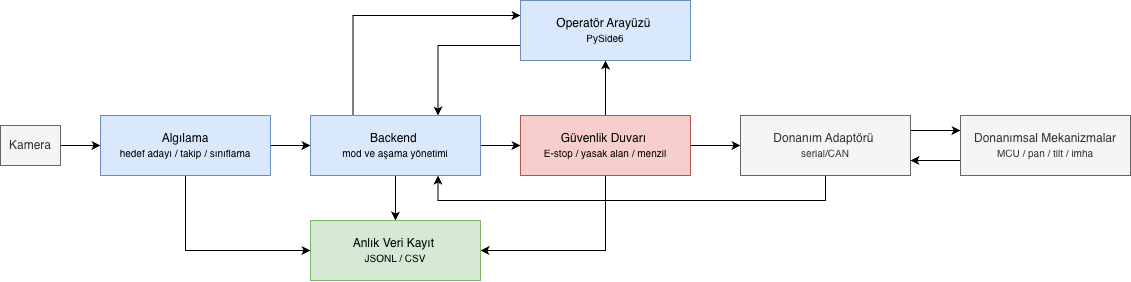
This is reports/diyagramlar/gorseller/1-yazilim-blok-semasi.png from AlperKartkaya/gokkalkan, a draw.io export, as it was before one commit. Source tidied: cells renumbered, new cells last; positions are measured from the earlier drawing's top-left corner, leaving out a move shared by most shapes. The source it was exported from:
```xml
<mxGraphModel>
  <root>
    <mxCell id="0" />
    <mxCell id="1" parent="0" />
    <mxCell id="2" style="edgeStyle=orthogonalEdgeStyle;rounded=0;jettySize=auto;html=1;exitX=1;exitY=0.5;exitDx=0;exitDy=0;entryX=0;entryY=0.5;entryDx=0;entryDy=0;" parent="1" edge="1" source="3" target="6">
      <mxGeometry relative="1" as="geometry" />
    </mxCell>
    <mxCell id="3" value="Kamera" style="rounded=0;whiteSpace=wrap;html=1;fillColor=#f5f5f5;fontColor=#333333;strokeColor=#666666;" parent="1" vertex="1">
      <mxGeometry y="125" width="60" height="40" as="geometry" />
    </mxCell>
    <mxCell id="4" style="edgeStyle=orthogonalEdgeStyle;rounded=0;jettySize=auto;html=1;exitX=1;exitY=0.5;exitDx=0;exitDy=0;entryX=0;entryY=0.5;entryDx=0;entryDy=0;" parent="1" edge="1" source="6" target="10">
      <mxGeometry relative="1" as="geometry" />
    </mxCell>
    <mxCell id="5" style="edgeStyle=orthogonalEdgeStyle;rounded=0;jettySize=auto;html=1;exitX=0.5;exitY=1;exitDx=0;exitDy=0;entryX=0;entryY=0.5;entryDx=0;entryDy=0;" parent="1" edge="1" source="6" target="20">
      <mxGeometry relative="1" as="geometry" />
    </mxCell>
    <mxCell id="6" value="Algılama&lt;div&gt;&lt;font style=&quot;font-size: 10px;&quot;&gt;hedef adayı / takip / sınıflama&lt;/font&gt;&lt;/div&gt;" style="rounded=0;whiteSpace=wrap;html=1;fillColor=#dae8fc;strokeColor=#6c8ebf;" parent="1" vertex="1">
      <mxGeometry x="100" y="115" width="170" height="60" as="geometry" />
    </mxCell>
    <mxCell id="7" style="edgeStyle=orthogonalEdgeStyle;rounded=0;jettySize=auto;html=1;exitX=0.5;exitY=1;exitDx=0;exitDy=0;entryX=0.5;entryY=0;entryDx=0;entryDy=0;" parent="1" edge="1" source="10" target="20">
      <mxGeometry relative="1" as="geometry" />
    </mxCell>
    <mxCell id="8" style="edgeStyle=orthogonalEdgeStyle;rounded=0;jettySize=auto;html=1;exitX=1;exitY=0.5;exitDx=0;exitDy=0;entryX=0;entryY=0.5;entryDx=0;entryDy=0;" parent="1" edge="1" source="10" target="14">
      <mxGeometry relative="1" as="geometry" />
    </mxCell>
    <mxCell id="9" style="edgeStyle=orthogonalEdgeStyle;rounded=0;jettySize=auto;html=1;exitX=0.25;exitY=0;exitDx=0;exitDy=0;entryX=0;entryY=0.25;entryDx=0;entryDy=0;" parent="1" edge="1" source="10" target="16">
      <mxGeometry relative="1" as="geometry" />
    </mxCell>
    <mxCell id="10" value="Backend&amp;nbsp;&lt;div&gt;&lt;font style=&quot;font-size: 10px;&quot;&gt;mod ve aşama yönetimi&lt;/font&gt;&lt;/div&gt;" style="rounded=0;whiteSpace=wrap;html=1;fillColor=#dae8fc;strokeColor=#6c8ebf;" parent="1" vertex="1">
      <mxGeometry x="310" y="115" width="170" height="60" as="geometry" />
    </mxCell>
    <mxCell id="11" style="edgeStyle=orthogonalEdgeStyle;rounded=0;jettySize=auto;html=1;exitX=0.5;exitY=1;exitDx=0;exitDy=0;entryX=1;entryY=0.5;entryDx=0;entryDy=0;" parent="1" edge="1" source="14" target="20">
      <mxGeometry relative="1" as="geometry" />
    </mxCell>
    <mxCell id="12" style="edgeStyle=orthogonalEdgeStyle;rounded=0;jettySize=auto;html=1;exitX=1;exitY=0.5;exitDx=0;exitDy=0;entryX=0;entryY=0.5;entryDx=0;entryDy=0;" parent="1" edge="1" source="14" target="19">
      <mxGeometry relative="1" as="geometry" />
    </mxCell>
    <mxCell id="13" style="edgeStyle=orthogonalEdgeStyle;rounded=0;jettySize=auto;html=1;exitX=0.5;exitY=0;exitDx=0;exitDy=0;entryX=0.5;entryY=1;entryDx=0;entryDy=0;" parent="1" edge="1" source="14" target="16">
      <mxGeometry relative="1" as="geometry" />
    </mxCell>
    <mxCell id="14" value="Güvenlik Duvarı&amp;nbsp;&lt;div&gt;&lt;font style=&quot;font-size: 10px;&quot;&gt;E-stop / yasak alan / menzil&lt;/font&gt;&lt;/div&gt;" style="rounded=0;whiteSpace=wrap;html=1;fillColor=#f8cecc;strokeColor=#b85450;" parent="1" vertex="1">
      <mxGeometry x="520" y="115" width="170" height="60" as="geometry" />
    </mxCell>
    <mxCell id="15" style="edgeStyle=orthogonalEdgeStyle;rounded=0;jettySize=auto;html=1;exitX=0;exitY=0.75;exitDx=0;exitDy=0;entryX=0.75;entryY=0;entryDx=0;entryDy=0;" parent="1" edge="1" source="16" target="10">
      <mxGeometry relative="1" as="geometry" />
    </mxCell>
    <mxCell id="16" value="Operatör Arayüzü&amp;nbsp;&lt;div&gt;&lt;font style=&quot;font-size: 10px;&quot;&gt;PySide6&lt;/font&gt;&lt;/div&gt;" style="rounded=0;whiteSpace=wrap;html=1;fillColor=#dae8fc;strokeColor=#6c8ebf;" parent="1" vertex="1">
      <mxGeometry x="520" width="170" height="60" as="geometry" />
    </mxCell>
    <mxCell id="17" style="edgeStyle=orthogonalEdgeStyle;rounded=0;jettySize=auto;html=1;exitX=0.5;exitY=1;exitDx=0;exitDy=0;entryX=0.75;entryY=1;entryDx=0;entryDy=0;" parent="1" edge="1" source="19" target="10">
      <mxGeometry relative="1" as="geometry">
        <Array as="points">
          <mxPoint x="825" y="200" />
          <mxPoint x="438" y="200" />
        </Array>
      </mxGeometry>
    </mxCell>
    <mxCell id="18" style="edgeStyle=orthogonalEdgeStyle;rounded=0;jettySize=auto;html=1;exitX=1;exitY=0.25;exitDx=0;exitDy=0;entryX=0;entryY=0.25;entryDx=0;entryDy=0;" parent="1" edge="1" source="19" target="22">
      <mxGeometry relative="1" as="geometry" />
    </mxCell>
    <mxCell id="19" value="Donanım Adaptörü&amp;nbsp;&lt;div&gt;&lt;font style=&quot;font-size: 10px;&quot;&gt;serial/CAN&lt;/font&gt;&lt;/div&gt;" style="rounded=0;whiteSpace=wrap;html=1;fillColor=#f5f5f5;fontColor=#333333;strokeColor=#666666;" parent="1" vertex="1">
      <mxGeometry x="740" y="115" width="170" height="60" as="geometry" />
    </mxCell>
    <mxCell id="20" value="Anlık Veri Kayıt&amp;nbsp;&lt;div&gt;&lt;span style=&quot;font-size: 10px;&quot;&gt;JSONL / CSV&lt;/span&gt;&lt;/div&gt;" style="rounded=0;whiteSpace=wrap;html=1;fillColor=#d5e8d4;strokeColor=#82b366;" parent="1" vertex="1">
      <mxGeometry x="310" y="220" width="170" height="60" as="geometry" />
    </mxCell>
    <mxCell id="21" style="edgeStyle=orthogonalEdgeStyle;rounded=0;jettySize=auto;html=1;exitX=0;exitY=0.75;exitDx=0;exitDy=0;entryX=1;entryY=0.75;entryDx=0;entryDy=0;" parent="1" edge="1" source="22" target="19">
      <mxGeometry relative="1" as="geometry" />
    </mxCell>
    <mxCell id="22" value="&lt;div&gt;Donanımsal Mekanizmalar&lt;/div&gt;&lt;div&gt;&lt;span style=&quot;font-size: 10px;&quot;&gt;MCU / pan / tilt / imha&lt;/span&gt;&lt;/div&gt;" style="rounded=0;whiteSpace=wrap;html=1;fillColor=#f5f5f5;fontColor=#333333;strokeColor=#666666;" parent="1" vertex="1">
      <mxGeometry x="960" y="115" width="170" height="60" as="geometry" />
    </mxCell>
  </root>
</mxGraphModel>
```
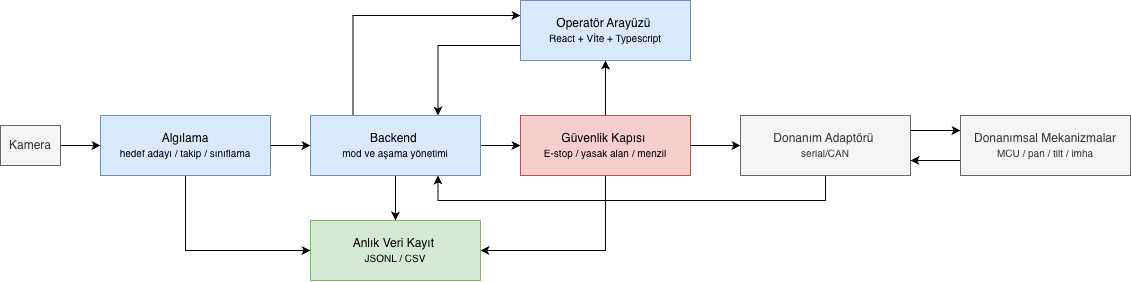
After the commit.

The edit, as a diff of the source:
```diff
@@ -38,13 +38,13 @@
     <mxCell id="13" style="edgeStyle=orthogonalEdgeStyle;rounded=0;jettySize=auto;html=1;exitX=0.5;exitY=0;exitDx=0;exitDy=0;entryX=0.5;entryY=1;entryDx=0;entryDy=0;" parent="1" edge="1" source="14" target="16">
       <mxGeometry relative="1" as="geometry" />
     </mxCell>
-    <mxCell id="14" value="Güvenlik Duvarı&amp;nbsp;&lt;div&gt;&lt;font style=&quot;font-size: 10px;&quot;&gt;E-stop / yasak alan / menzil&lt;/font&gt;&lt;/div&gt;" style="rounded=0;whiteSpace=wrap;html=1;fillColor=#f8cecc;strokeColor=#b85450;" parent="1" vertex="1">
+    <mxCell id="14" value="Güvenlik Kapısı&amp;nbsp;&lt;div&gt;&lt;font style=&quot;font-size: 10px;&quot;&gt;E-stop / yasak alan / menzil&lt;/font&gt;&lt;/div&gt;" style="rounded=0;whiteSpace=wrap;html=1;fillColor=#f8cecc;strokeColor=#b85450;" parent="1" vertex="1">
       <mxGeometry x="520" y="115" width="170" height="60" as="geometry" />
     </mxCell>
     <mxCell id="15" style="edgeStyle=orthogonalEdgeStyle;rounded=0;jettySize=auto;html=1;exitX=0;exitY=0.75;exitDx=0;exitDy=0;entryX=0.75;entryY=0;entryDx=0;entryDy=0;" parent="1" edge="1" source="16" target="10">
       <mxGeometry relative="1" as="geometry" />
     </mxCell>
-    <mxCell id="16" value="Operatör Arayüzü&amp;nbsp;&lt;div&gt;&lt;font style=&quot;font-size: 10px;&quot;&gt;PySide6&lt;/font&gt;&lt;/div&gt;" style="rounded=0;whiteSpace=wrap;html=1;fillColor=#dae8fc;strokeColor=#6c8ebf;" parent="1" vertex="1">
+    <mxCell id="16" value="Operatör Arayüzü&amp;nbsp;&lt;div&gt;&lt;font style=&quot;font-size: 10px;&quot;&gt;React + Vİte + Typescript&lt;/font&gt;&lt;/div&gt;" style="rounded=0;whiteSpace=wrap;html=1;fillColor=#dae8fc;strokeColor=#6c8ebf;" parent="1" vertex="1">
       <mxGeometry x="520" width="170" height="60" as="geometry" />
     </mxCell>
     <mxCell id="17" style="edgeStyle=orthogonalEdgeStyle;rounded=0;jettySize=auto;html=1;exitX=0.5;exitY=1;exitDx=0;exitDy=0;entryX=0.75;entryY=1;entryDx=0;entryDy=0;" parent="1" edge="1" source="19" target="10">
```
